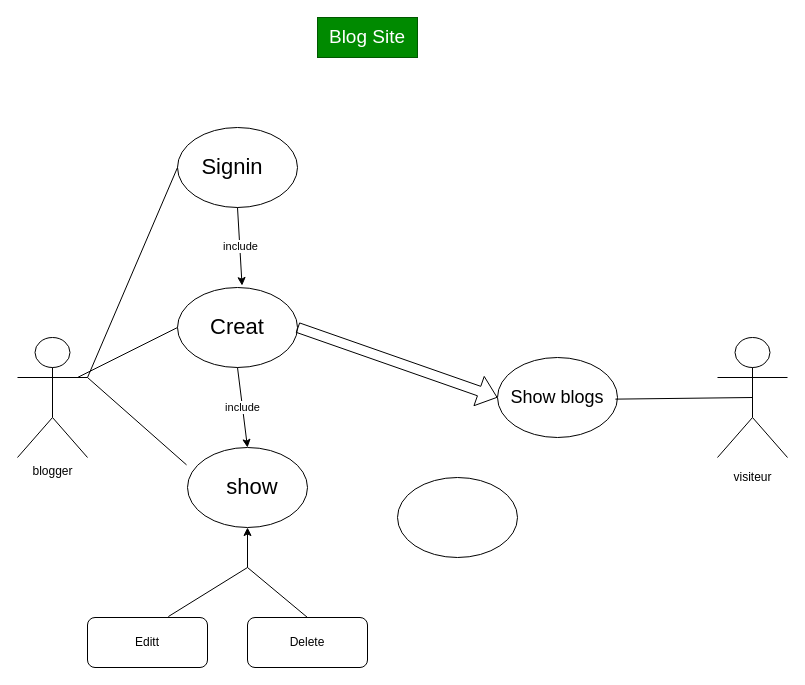
Before: uml.drawio in chaima-marzouk/blog-project, a draw.io diagram. Source tidied: cells renumbered, new cells numbered last; positions are measured from the earlier drawing's top-left corner, leaving out a move shared by most shapes. Both pictures are drawn from the tidied source at 100%, with x=0, y=0 at pixel (17, 17).
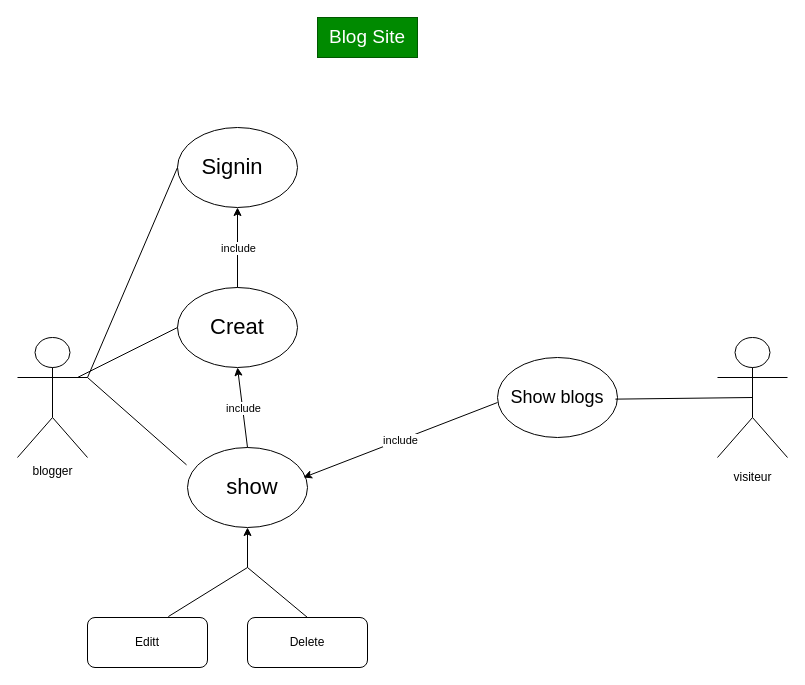
The same page after the edit.

The change refers to these unchanged cells:
```xml
<mxCell id="6" style="ellipse;whiteSpace=wrap;html=1;" parent="1" vertex="1">
  <mxGeometry x="160" y="110" width="120" height="80" as="geometry" />
</mxCell>
<mxCell id="7" style="ellipse;whiteSpace=wrap;html=1;" parent="1" vertex="1">
  <mxGeometry x="160" y="270" width="120" height="80" as="geometry" />
</mxCell>
<mxCell id="8" style="ellipse;whiteSpace=wrap;html=1;" parent="1" vertex="1">
  <mxGeometry x="170" y="430" width="120" height="80" as="geometry" />
</mxCell>
<mxCell id="10" style="ellipse;whiteSpace=wrap;html=1;" parent="1" vertex="1">
  <mxGeometry x="480" y="340" width="120" height="80" as="geometry" />
</mxCell>
```

What changed in the source:
```diff
@@
-    <mxCell id="9" style="ellipse;whiteSpace=wrap;html=1;" parent="1" vertex="1">
-      <mxGeometry x="380" y="460" width="120" height="80" as="geometry" />
-    </mxCell>
@@
-    <mxCell id="24" style="endArrow=classic;html=1;exitX=0.5;exitY=1;exitDx=0;exitDy=0;entryX=0.538;entryY=-0.024;entryDx=0;entryDy=0;entryPerimeter=0;" parent="1" edge="1" source="6" target="7">
+    <mxCell id="24" style="endArrow=classic;html=1;exitX=0.5;exitY=0;exitDx=0;exitDy=0;entryX=0.5;entryY=1;entryDx=0;entryDy=0;" parent="1" edge="1" source="7" target="6">
       <mxGeometry relative="1" as="geometry" />
     </mxCell>
@@
-    <mxCell id="26" style="endArrow=classic;html=1;entryX=0.5;entryY=0;entryDx=0;entryDy=0;exitX=0.5;exitY=1;exitDx=0;exitDy=0;" parent="1" edge="1" source="7" target="8">
+    <mxCell id="26" style="endArrow=classic;html=1;entryX=0.5;entryY=1;entryDx=0;entryDy=0;exitX=0.5;exitY=0;exitDx=0;exitDy=0;" parent="1" edge="1" source="8" target="7">
       <mxGeometry relative="1" as="geometry" />
     </mxCell>
@@
-    <mxCell id="30" style="shape=flexArrow;endArrow=classic;html=1;entryX=0;entryY=0.5;entryDx=0;entryDy=0;exitX=1;exitY=0.5;exitDx=0;exitDy=0;" parent="1" edge="1" source="7" target="10">
-      <mxGeometry relative="1" as="geometry" />
-    </mxCell>
+    <mxCell id="31" style="endArrow=classic;html=1;" parent="1" edge="1">
+      <mxGeometry relative="1" as="geometry">
+        <mxPoint x="480" y="385" as="sourcePoint" />
+        <mxPoint x="286" y="460" as="targetPoint" />
+      </mxGeometry>
+    </mxCell>
+    <mxCell id="32" value="include" style="edgeLabel;html=1;align=center;verticalAlign=middle;" parent="31" vertex="1">
+      <mxGeometry relative="1" as="geometry" />
+    </mxCell>
```
